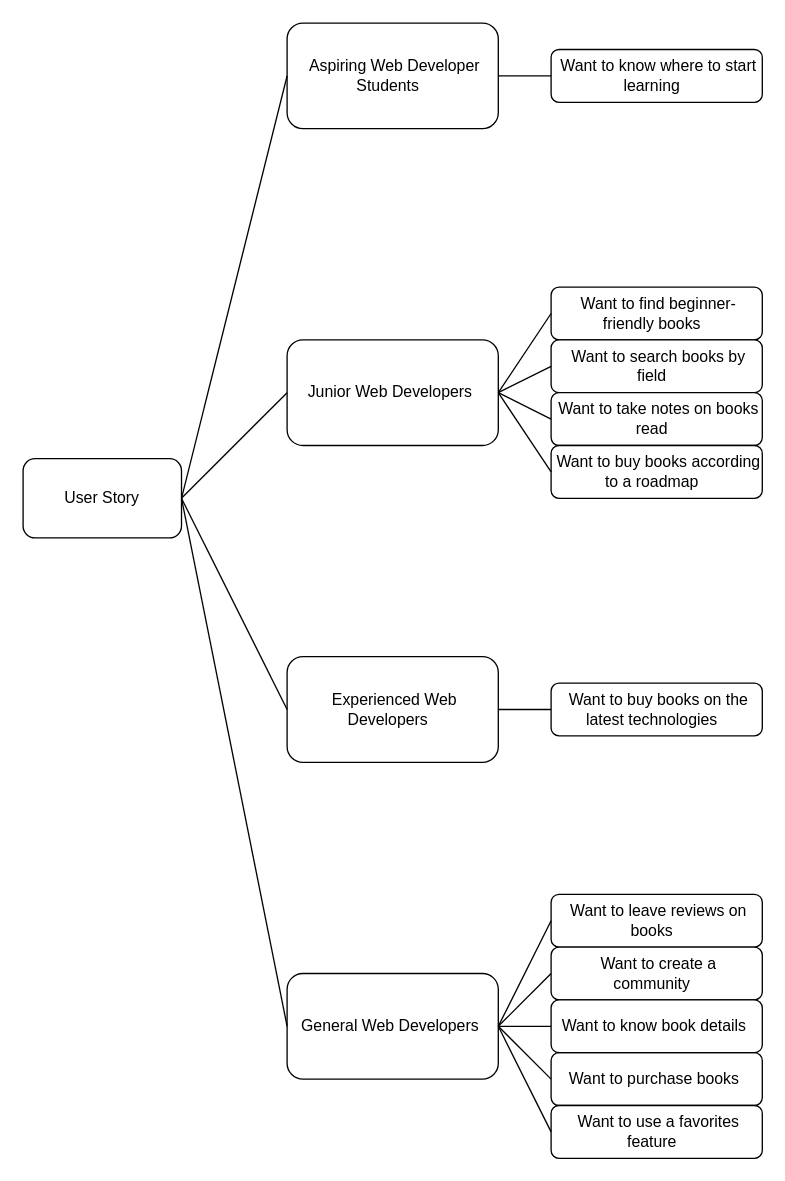
Earlier version of the draw.io diagram page "As Client(en)" (1 of 4) of documents/user-story.drawio (lnoueryo/shopping). Source tidied: cells renumbered, new cells numbered last; positions are measured from the earlier drawing's top-left corner, leaving out a move shared by most shapes. Both pictures are drawn from the tidied source at 132%, with x=0, y=0 at pixel (22, 22).
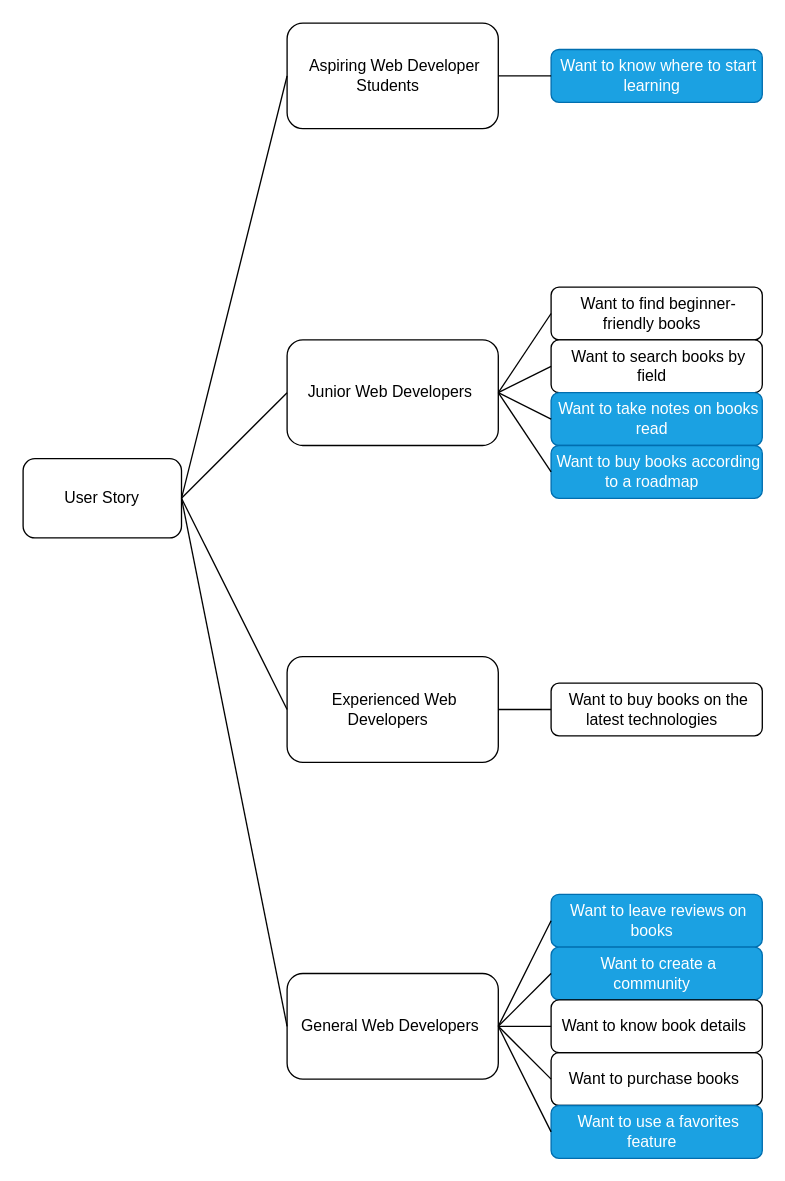
The same diagram, later.

What changed in the source:
```diff
@@
-    <mxCell id="11" value="&amp;nbsp;Want to know where to start learning&amp;nbsp;&amp;nbsp;" style="rounded=1;whiteSpace=wrap;html=1;" parent="1" vertex="1">
+    <mxCell id="11" value="&amp;nbsp;Want to know where to start learning&amp;nbsp;&amp;nbsp;" style="rounded=1;whiteSpace=wrap;html=1;fillColor=#1ba1e2;fontColor=#ffffff;strokeColor=#006EAF;" parent="1" vertex="1">
       <mxGeometry x="400" y="20" width="160" height="40" as="geometry" />
     </mxCell>
@@
-    <mxCell id="15" value="&amp;nbsp;Want to take notes on books read&amp;nbsp;&amp;nbsp;" style="rounded=1;whiteSpace=wrap;html=1;" parent="1" vertex="1">
+    <mxCell id="15" value="&amp;nbsp;Want to take notes on books read&amp;nbsp;&amp;nbsp;" style="rounded=1;whiteSpace=wrap;html=1;fillColor=#1ba1e2;fontColor=#ffffff;strokeColor=#006EAF;" parent="1" vertex="1">
       <mxGeometry x="400" y="280" width="160" height="40" as="geometry" />
     </mxCell>
-    <mxCell id="16" value="&amp;nbsp;Want to buy books according to a roadmap&amp;nbsp;&amp;nbsp;" style="rounded=1;whiteSpace=wrap;html=1;" parent="1" vertex="1">
+    <mxCell id="16" value="&amp;nbsp;Want to buy books according to a roadmap&amp;nbsp;&amp;nbsp;" style="rounded=1;whiteSpace=wrap;html=1;fillColor=#1ba1e2;fontColor=#ffffff;strokeColor=#006EAF;" parent="1" vertex="1">
       <mxGeometry x="400" y="320" width="160" height="40" as="geometry" />
     </mxCell>
@@
-    <mxCell id="23" value="&amp;nbsp;Want to leave reviews on books&amp;nbsp;&amp;nbsp;" style="rounded=1;whiteSpace=wrap;html=1;" parent="1" vertex="1">
+    <mxCell id="23" value="&amp;nbsp;Want to leave reviews on books&amp;nbsp;&amp;nbsp;" style="rounded=1;whiteSpace=wrap;html=1;fillColor=#1ba1e2;fontColor=#ffffff;strokeColor=#006EAF;" parent="1" vertex="1">
       <mxGeometry x="400" y="660" width="160" height="40" as="geometry" />
     </mxCell>
-    <mxCell id="24" value="&amp;nbsp;Want to create a community&amp;nbsp;&amp;nbsp;" style="rounded=1;whiteSpace=wrap;html=1;" parent="1" vertex="1">
+    <mxCell id="24" value="&amp;nbsp;Want to create a community&amp;nbsp;&amp;nbsp;" style="rounded=1;whiteSpace=wrap;html=1;fillColor=#1ba1e2;fontColor=#ffffff;strokeColor=#006EAF;" parent="1" vertex="1">
       <mxGeometry x="400" y="700" width="160" height="40" as="geometry" />
     </mxCell>
@@
-    <mxCell id="26" value="&amp;nbsp;Want to use a favorites feature&amp;nbsp;&amp;nbsp;" style="rounded=1;whiteSpace=wrap;html=1;" parent="1" vertex="1">
+    <mxCell id="26" value="&amp;nbsp;Want to use a favorites feature&amp;nbsp;&amp;nbsp;" style="rounded=1;whiteSpace=wrap;html=1;fillColor=#1ba1e2;fontColor=#ffffff;strokeColor=#006EAF;" parent="1" vertex="1">
       <mxGeometry x="400" y="820" width="160" height="40" as="geometry" />
     </mxCell>
```
